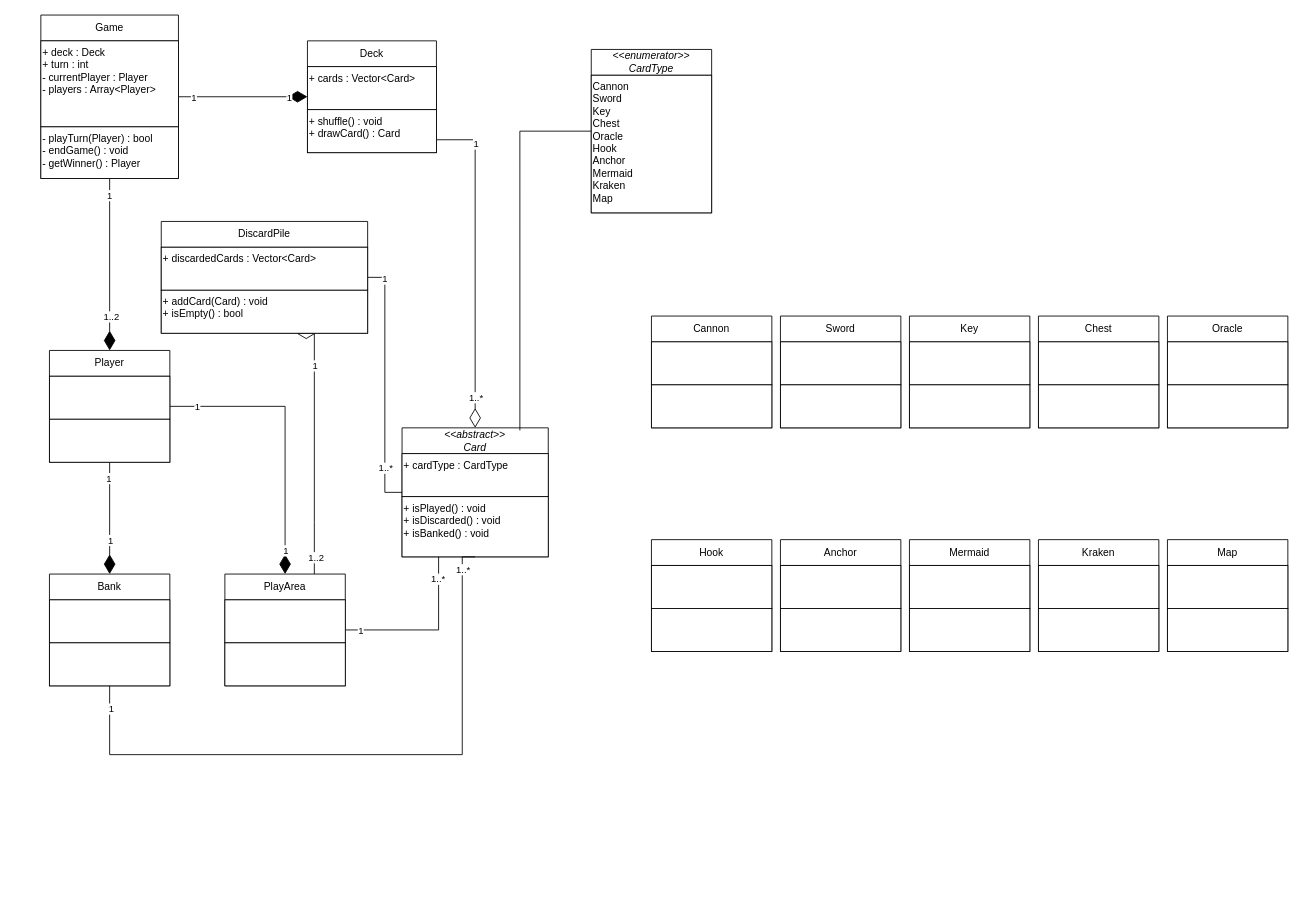
Before: Dead Man's Draw++ UML.drawio in ConnorFSA/Assignment-1-Dead-Man-s-Draw-, a draw.io diagram. Source tidied: cells renumbered, new cells numbered last; positions are measured from the earlier drawing's top-left corner, leaving out a move shared by most shapes. Both pictures are drawn from the tidied source at 86%, with x=0, y=0 at pixel (40, 15).
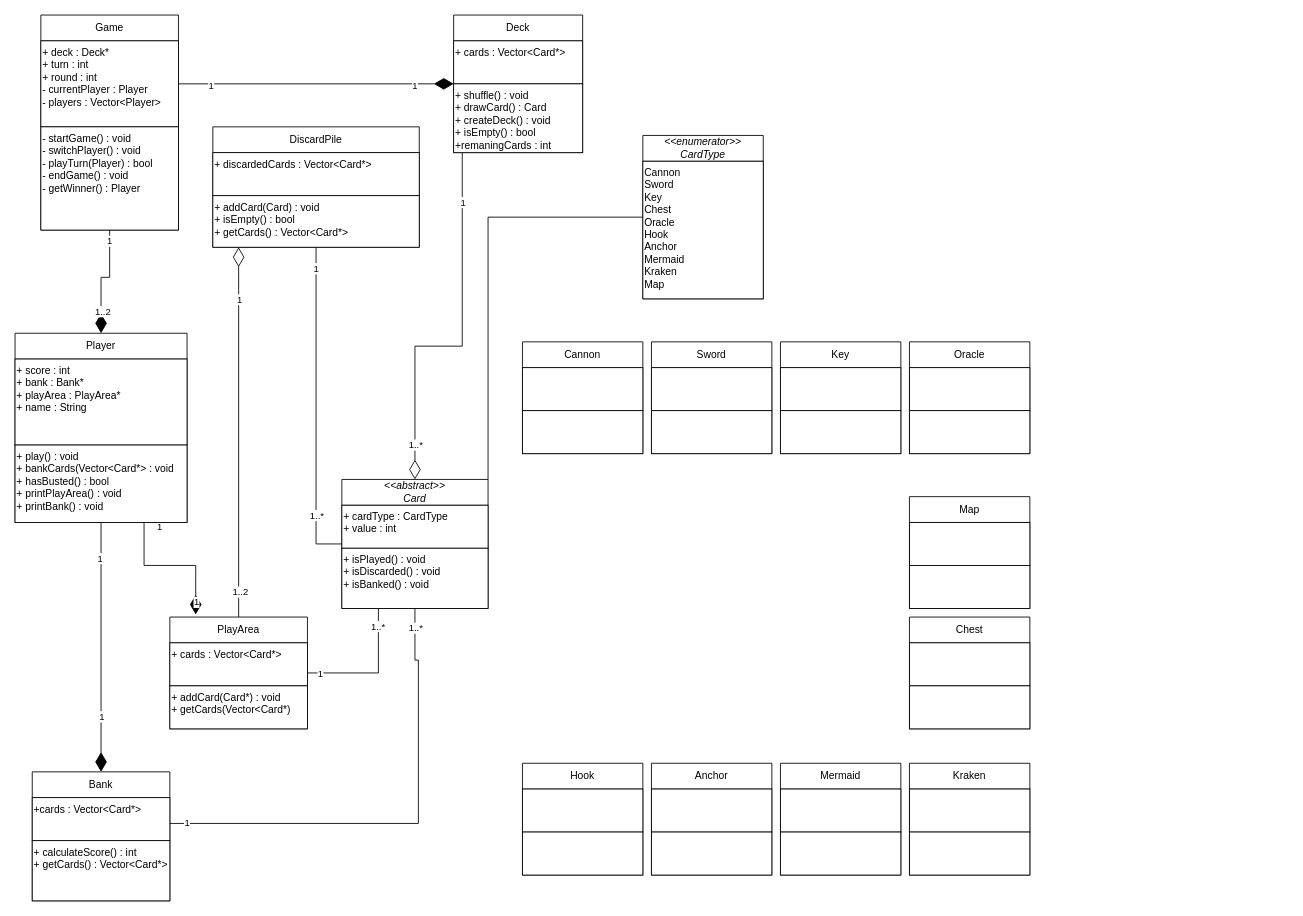
After the change.

The edit, as a diff of the source:
```diff
@@
-    <mxCell id="5" style="edgeStyle=orthogonalEdgeStyle;rounded=0;jettySize=auto;html=1;entryX=0.5;entryY=0;entryDx=0;entryDy=0;endSize=20;endArrow=diamondThin;endFill=1;" parent="1" edge="1" source="8" target="35">
-      <mxGeometry relative="1" as="geometry" />
+    <mxCell id="5" style="edgeStyle=orthogonalEdgeStyle;rounded=0;jettySize=auto;html=1;entryX=0.188;entryY=-0.023;entryDx=0;entryDy=0;endSize=20;endArrow=diamondThin;endFill=1;entryPerimeter=0;" parent="1" edge="1" source="8" target="35">
+      <mxGeometry relative="1" as="geometry">
+        <Array as="points">
+          <mxPoint x="120" y="640" />
+          <mxPoint x="180" y="640" />
+        </Array>
+      </mxGeometry>
     </mxCell>
@@
     <mxCell id="8" value="Player" style="swimlane;fontStyle=0;horizontal=1;startSize=30;whiteSpace=wrap;html=1;" parent="1" vertex="1">
-      <mxGeometry x="10" y="390" width="140" height="130" as="geometry" />
+      <mxGeometry x="-30" y="370" width="200" height="220" as="geometry" />
     </mxCell>
-    <mxCell id="9" style="html=1;whiteSpace=wrap;verticalAlign=top;align=left;" parent="8" vertex="1">
-      <mxGeometry y="30" width="140" height="50" as="geometry" />
+    <mxCell id="9" value="&lt;div&gt;+ score : int&lt;/div&gt;&lt;div&gt;+ bank : Bank*&lt;/div&gt;&lt;div&gt;+ playArea : PlayArea*&lt;/div&gt;&lt;div&gt;+ name : String&lt;/div&gt;" style="html=1;whiteSpace=wrap;verticalAlign=top;align=left;" parent="8" vertex="1">
+      <mxGeometry y="30" width="200" height="100" as="geometry" />
     </mxCell>
-    <mxCell id="10" style="html=1;whiteSpace=wrap;verticalAlign=top;align=left;" parent="8" vertex="1">
-      <mxGeometry y="80" width="140" height="50" as="geometry" />
+    <mxCell id="10" value="&lt;div&gt;+ play() : void&lt;/div&gt;&lt;div&gt;+ bankCards(Vector&amp;lt;Card*&amp;gt; : void&lt;/div&gt;&lt;div&gt;+ hasBusted() : bool&lt;/div&gt;&lt;div&gt;+ printPlayArea() : void&lt;/div&gt;&lt;div&gt;+ printBank() : void&lt;/div&gt;&lt;div&gt;&lt;br&gt;&lt;/div&gt;" style="html=1;whiteSpace=wrap;verticalAlign=top;align=left;" parent="8" vertex="1">
+      <mxGeometry y="130" width="200" height="90" as="geometry" />
     </mxCell>
@@
-    <mxCell id="14" style="edgeStyle=orthogonalEdgeStyle;rounded=0;jettySize=auto;html=1;exitX=1;exitY=0.5;exitDx=0;exitDy=0;entryX=0;entryY=0.5;entryDx=0;entryDy=0;endArrow=diamondThin;endFill=1;endSize=20;" parent="1" edge="1" source="17" target="41">
+    <mxCell id="14" style="edgeStyle=orthogonalEdgeStyle;rounded=0;jettySize=auto;html=1;exitX=1;exitY=0.5;exitDx=0;exitDy=0;entryX=0;entryY=0.5;entryDx=0;entryDy=0;endArrow=diamondThin;endFill=1;endSize=20;" parent="1" edge="1" source="18" target="41">
       <mxGeometry relative="1" as="geometry" />
     </mxCell>
@@
     <mxCell id="17" value="Game" style="swimlane;fontStyle=0;horizontal=1;startSize=30;whiteSpace=wrap;html=1;" parent="1" vertex="1">
-      <mxGeometry width="160" height="190" as="geometry" />
+      <mxGeometry width="160" height="250" as="geometry" />
     </mxCell>
-    <mxCell id="18" value="&lt;div&gt;+ deck : Deck&lt;/div&gt;&lt;div&gt;+ turn : int&lt;/div&gt;&lt;div&gt;- currentPlayer : Player&lt;/div&gt;&lt;div&gt;- players : Array&amp;lt;Player&amp;gt;&lt;/div&gt;" style="html=1;whiteSpace=wrap;align=left;verticalAlign=top;" parent="17" vertex="1">
+    <mxCell id="18" value="&lt;div&gt;+ deck : Deck*&lt;/div&gt;&lt;div&gt;+ turn : int&lt;/div&gt;&lt;div&gt;+ round : int&lt;/div&gt;&lt;div&gt;- currentPlayer : Player&lt;/div&gt;&lt;div&gt;- players : Vector&amp;lt;Player&amp;gt;&lt;/div&gt;" style="html=1;whiteSpace=wrap;align=left;verticalAlign=top;" parent="17" vertex="1">
       <mxGeometry y="30" width="160" height="100" as="geometry" />
     </mxCell>
-    <mxCell id="19" value="&lt;div&gt;- playTurn(Player) : bool&amp;nbsp;&lt;/div&gt;&lt;div&gt;- endGame() : void&lt;/div&gt;&lt;div&gt;- getWinner() : Player&lt;/div&gt;" style="html=1;whiteSpace=wrap;align=left;verticalAlign=top;" parent="17" vertex="1">
-      <mxGeometry y="130" width="160" height="60" as="geometry" />
+    <mxCell id="19" value="&lt;div&gt;- startGame() : void&lt;/div&gt;&lt;div&gt;- switchPlayer() : void&lt;/div&gt;&lt;div&gt;- playTurn(Player) : bool&amp;nbsp;&lt;/div&gt;&lt;div&gt;- endGame() : void&lt;/div&gt;&lt;div&gt;- getWinner() : Player&lt;/div&gt;" style="html=1;whiteSpace=wrap;align=left;verticalAlign=top;" parent="17" vertex="1">
+      <mxGeometry y="130" width="160" height="120" as="geometry" />
     </mxCell>
     <mxCell id="20" value="&lt;i&gt;&amp;lt;&amp;lt;abstract&amp;gt;&amp;gt;&lt;/i&gt;&lt;div&gt;&lt;i&gt;Card&lt;/i&gt;&lt;/div&gt;" style="swimlane;fontStyle=0;horizontal=1;startSize=30;whiteSpace=wrap;html=1;" parent="1" vertex="1">
-      <mxGeometry x="420" y="480" width="170" height="150" as="geometry" />
+      <mxGeometry x="350" y="540" width="170" height="150" as="geometry" />
     </mxCell>
-    <mxCell id="21" value="+ cardType : CardType" style="html=1;whiteSpace=wrap;verticalAlign=top;align=left;" parent="20" vertex="1">
+    <mxCell id="21" value="&lt;div&gt;+ cardType : CardType&lt;/div&gt;&lt;div&gt;+ value : int&lt;/div&gt;" style="html=1;whiteSpace=wrap;verticalAlign=top;align=left;" parent="20" vertex="1">
       <mxGeometry y="30" width="170" height="50" as="geometry" />
     </mxCell>
@@
     <mxCell id="23" style="edgeStyle=orthogonalEdgeStyle;rounded=0;jettySize=auto;html=1;entryX=0.5;entryY=1;entryDx=0;entryDy=0;endArrow=none;startFill=0;" parent="1" edge="1" source="26" target="20">
       <mxGeometry relative="1" as="geometry">
         <Array as="points">
-          <mxPoint x="80" y="860" />
-          <mxPoint x="490" y="860" />
+          <mxPoint x="439" y="940" />
+          <mxPoint x="439" y="750" />
         </Array>
       </mxGeometry>
     </mxCell>
@@
     <mxCell id="26" value="Bank" style="swimlane;fontStyle=0;horizontal=1;startSize=30;whiteSpace=wrap;html=1;" parent="1" vertex="1">
-      <mxGeometry x="10" y="650" width="140" height="130" as="geometry" />
+      <mxGeometry x="-10" y="880" width="160" height="150" as="geometry" />
     </mxCell>
-    <mxCell id="27" style="html=1;whiteSpace=wrap;verticalAlign=top;align=left;" parent="26" vertex="1">
-      <mxGeometry y="30" width="140" height="50" as="geometry" />
+    <mxCell id="27" value="+cards : Vector&amp;lt;Card*&amp;gt;" style="html=1;whiteSpace=wrap;verticalAlign=top;align=left;" parent="26" vertex="1">
+      <mxGeometry y="30" width="160" height="50" as="geometry" />
     </mxCell>
-    <mxCell id="28" style="html=1;whiteSpace=wrap;verticalAlign=top;align=left;" parent="26" vertex="1">
-      <mxGeometry y="80" width="140" height="50" as="geometry" />
+    <mxCell id="28" value="&lt;div&gt;+ calculateScore() : int&lt;/div&gt;&lt;div&gt;+ getCards() : Vector&amp;lt;Card*&amp;gt;&lt;/div&gt;" style="html=1;whiteSpace=wrap;verticalAlign=top;align=left;" parent="26" vertex="1">
+      <mxGeometry y="80" width="160" height="70" as="geometry" />
     </mxCell>
@@
-    <mxCell id="32" style="edgeStyle=orthogonalEdgeStyle;rounded=0;jettySize=auto;html=1;entryX=0.75;entryY=1;entryDx=0;entryDy=0;endSize=20;endArrow=diamondThin;endFill=0;" parent="1" edge="1" source="35" target="77">
+    <mxCell id="32" style="edgeStyle=orthogonalEdgeStyle;rounded=0;jettySize=auto;html=1;endSize=20;endArrow=diamondThin;endFill=0;" parent="1" edge="1" source="35">
       <mxGeometry relative="1" as="geometry">
+        <mxPoint x="230" y="270" as="targetPoint" />
         <Array as="points">
-          <mxPoint x="318" y="590" />
-          <mxPoint x="318" y="590" />
+          <mxPoint x="230" y="320" />
         </Array>
       </mxGeometry>
     </mxCell>
@@
     <mxCell id="35" value="PlayArea" style="swimlane;fontStyle=0;horizontal=1;startSize=30;whiteSpace=wrap;html=1;" parent="1" vertex="1">
-      <mxGeometry x="214" y="650" width="140" height="130" as="geometry" />
+      <mxGeometry x="150" y="700" width="160" height="130" as="geometry" />
     </mxCell>
-    <mxCell id="36" style="html=1;whiteSpace=wrap;verticalAlign=top;align=left;" parent="35" vertex="1">
-      <mxGeometry y="30" width="140" height="50" as="geometry" />
+    <mxCell id="36" value="+ cards : Vector&amp;lt;Card*&amp;gt;" style="html=1;whiteSpace=wrap;verticalAlign=top;align=left;" parent="35" vertex="1">
+      <mxGeometry y="30" width="160" height="50" as="geometry" />
     </mxCell>
-    <mxCell id="37" style="html=1;whiteSpace=wrap;verticalAlign=top;align=left;" parent="35" vertex="1">
-      <mxGeometry y="80" width="140" height="50" as="geometry" />
+    <mxCell id="37" value="&lt;div&gt;+ addCard(Card*) : void&lt;/div&gt;&lt;div&gt;+ getCards(Vector&amp;lt;Card*)&lt;/div&gt;" style="html=1;whiteSpace=wrap;verticalAlign=top;align=left;" parent="35" vertex="1">
+      <mxGeometry y="80" width="160" height="50" as="geometry" />
     </mxCell>
-    <mxCell id="38" style="edgeStyle=orthogonalEdgeStyle;rounded=0;jettySize=auto;html=1;entryX=0.5;entryY=0;entryDx=0;entryDy=0;endArrow=diamondThin;endFill=0;endSize=20;" parent="1" edge="1" source="41" target="20">
+    <mxCell id="38" style="edgeStyle=orthogonalEdgeStyle;rounded=0;jettySize=auto;html=1;entryX=0.5;entryY=0;entryDx=0;entryDy=0;endArrow=diamondThin;endFill=0;endSize=20;" parent="1" edge="1" source="43" target="20">
       <mxGeometry relative="1" as="geometry">
         <Array as="points">
-          <mxPoint x="505" y="145" />
+          <mxPoint x="490" y="385" />
+          <mxPoint x="435" y="385" />
         </Array>
       </mxGeometry>
     </mxCell>
@@
     <mxCell id="41" value="Deck" style="swimlane;fontStyle=0;horizontal=1;startSize=30;whiteSpace=wrap;html=1;" parent="1" vertex="1">
-      <mxGeometry x="310" y="30" width="150" height="130" as="geometry" />
+      <mxGeometry x="480" width="150" height="160" as="geometry" />
     </mxCell>
-    <mxCell id="42" value="+ cards : Vector&amp;lt;Card&amp;gt;" style="html=1;whiteSpace=wrap;align=left;verticalAlign=top;" parent="41" vertex="1">
+    <mxCell id="42" value="+ cards : Vector&amp;lt;Card*&amp;gt;" style="html=1;whiteSpace=wrap;align=left;verticalAlign=top;" parent="41" vertex="1">
       <mxGeometry y="30" width="150" height="50" as="geometry" />
     </mxCell>
-    <mxCell id="43" value="&lt;div&gt;+ shuffle() : void&lt;/div&gt;&lt;div&gt;+ drawCard() : Card&lt;/div&gt;" style="html=1;whiteSpace=wrap;verticalAlign=top;align=left;" parent="41" vertex="1">
-      <mxGeometry y="80" width="150" height="50" as="geometry" />
+    <mxCell id="43" value="&lt;div&gt;+ shuffle() : void&lt;/div&gt;&lt;div&gt;+ drawCard() : Card&lt;/div&gt;&lt;div&gt;+ createDeck() : void&lt;/div&gt;&lt;div&gt;+ isEmpty() : bool&lt;/div&gt;&lt;div&gt;+remaningCards : int&lt;/div&gt;&lt;div&gt;&lt;br&gt;&lt;/div&gt;" style="html=1;whiteSpace=wrap;verticalAlign=top;align=left;" parent="41" vertex="1">
+      <mxGeometry y="80" width="150" height="80" as="geometry" />
     </mxCell>
     <mxCell id="44" value="Cannon" style="swimlane;fontStyle=0;horizontal=1;startSize=30;whiteSpace=wrap;html=1;" parent="1" vertex="1">
-      <mxGeometry x="710" y="350" width="140" height="130" as="geometry" />
+      <mxGeometry x="560" y="380" width="140" height="130" as="geometry" />
     </mxCell>
@@
     <mxCell id="47" value="Sword" style="swimlane;fontStyle=0;horizontal=1;startSize=30;whiteSpace=wrap;html=1;" parent="1" vertex="1">
-      <mxGeometry x="860" y="350" width="140" height="130" as="geometry" />
+      <mxGeometry x="710" y="380" width="140" height="130" as="geometry" />
     </mxCell>
@@
     <mxCell id="50" value="Key" style="swimlane;fontStyle=0;horizontal=1;startSize=30;whiteSpace=wrap;html=1;" parent="1" vertex="1">
-      <mxGeometry x="1010" y="350" width="140" height="130" as="geometry" />
+      <mxGeometry x="860" y="380" width="140" height="130" as="geometry" />
     </mxCell>
@@
     <mxCell id="53" value="Chest" style="swimlane;fontStyle=0;horizontal=1;startSize=30;whiteSpace=wrap;html=1;" parent="1" vertex="1">
-      <mxGeometry x="1160" y="350" width="140" height="130" as="geometry" />
+      <mxGeometry x="1010" y="700" width="140" height="130" as="geometry" />
     </mxCell>
@@
     <mxCell id="56" value="Hook" style="swimlane;fontStyle=0;horizontal=1;startSize=30;whiteSpace=wrap;html=1;" parent="1" vertex="1">
-      <mxGeometry x="710" y="610" width="140" height="130" as="geometry" />
+      <mxGeometry x="560" y="870" width="140" height="130" as="geometry" />
     </mxCell>
@@
     <mxCell id="59" value="Oracle" style="swimlane;fontStyle=0;horizontal=1;startSize=30;whiteSpace=wrap;html=1;" parent="1" vertex="1">
-      <mxGeometry x="1310" y="350" width="140" height="130" as="geometry" />
+      <mxGeometry x="1010" y="380" width="140" height="130" as="geometry" />
     </mxCell>
@@
     <mxCell id="62" value="Map" style="swimlane;fontStyle=0;horizontal=1;startSize=30;whiteSpace=wrap;html=1;" parent="1" vertex="1">
-      <mxGeometry x="1310" y="610" width="140" height="130" as="geometry" />
+      <mxGeometry x="1010" y="560" width="140" height="130" as="geometry" />
     </mxCell>
@@
     <mxCell id="65" value="Mermaid" style="swimlane;fontStyle=0;horizontal=1;startSize=30;whiteSpace=wrap;html=1;" parent="1" vertex="1">
-      <mxGeometry x="1010" y="610" width="140" height="130" as="geometry" />
+      <mxGeometry x="860" y="870" width="140" height="130" as="geometry" />
     </mxCell>
@@
     <mxCell id="68" value="Kraken" style="swimlane;fontStyle=0;horizontal=1;startSize=30;whiteSpace=wrap;html=1;" parent="1" vertex="1">
-      <mxGeometry x="1160" y="610" width="140" height="130" as="geometry" />
+      <mxGeometry x="1010" y="870" width="140" height="130" as="geometry" />
     </mxCell>
@@
     <mxCell id="71" value="Anchor" style="swimlane;fontStyle=0;horizontal=1;startSize=30;whiteSpace=wrap;html=1;" parent="1" vertex="1">
-      <mxGeometry x="860" y="610" width="140" height="130" as="geometry" />
+      <mxGeometry x="710" y="870" width="140" height="130" as="geometry" />
     </mxCell>
@@
     <mxCell id="77" value="DiscardPile" style="swimlane;fontStyle=0;horizontal=1;startSize=30;whiteSpace=wrap;html=1;" parent="1" vertex="1">
-      <mxGeometry x="140" y="240" width="240" height="130" as="geometry" />
+      <mxGeometry x="200" y="130" width="240" height="140" as="geometry" />
     </mxCell>
-    <mxCell id="78" value="+ discardedCards : Vector&amp;lt;Card&amp;gt;" style="html=1;whiteSpace=wrap;verticalAlign=top;align=left;" parent="77" vertex="1">
+    <mxCell id="78" value="+ discardedCards : Vector&amp;lt;Card*&amp;gt;" style="html=1;whiteSpace=wrap;verticalAlign=top;align=left;" parent="77" vertex="1">
       <mxGeometry y="30" width="240" height="50" as="geometry" />
     </mxCell>
-    <mxCell id="79" value="&lt;div&gt;+ addCard(Card) : void&lt;/div&gt;&lt;div&gt;+ isEmpty() : bool&lt;/div&gt;" style="html=1;whiteSpace=wrap;verticalAlign=top;align=left;" parent="77" vertex="1">
-      <mxGeometry y="80" width="240" height="50" as="geometry" />
+    <mxCell id="79" value="&lt;div&gt;+ addCard(Card) : void&lt;/div&gt;&lt;div&gt;+ isEmpty() : bool&lt;/div&gt;&lt;div&gt;+ getCards() : Vector&amp;lt;Card*&amp;gt;&lt;/div&gt;" style="html=1;whiteSpace=wrap;verticalAlign=top;align=left;" parent="77" vertex="1">
+      <mxGeometry y="80" width="240" height="60" as="geometry" />
     </mxCell>
     <mxCell id="80" value="&lt;div&gt;&lt;i&gt;&amp;lt;&amp;lt;enumerator&amp;gt;&amp;gt;&lt;/i&gt;&lt;/div&gt;&lt;div&gt;&lt;i&gt;CardType&lt;/i&gt;&lt;/div&gt;" style="swimlane;fontStyle=0;horizontal=1;startSize=30;whiteSpace=wrap;html=1;" parent="1" vertex="1">
-      <mxGeometry x="640" y="40" width="140" height="190" as="geometry" />
+      <mxGeometry x="700" y="140" width="140" height="190" as="geometry" />
     </mxCell>
@@
-    <mxCell id="82" style="edgeStyle=orthogonalEdgeStyle;rounded=0;jettySize=auto;html=1;endArrow=none;startFill=0;entryX=0.806;entryY=0.02;entryDx=0;entryDy=0;entryPerimeter=0;" parent="1" edge="1" source="80" target="20">
-      <mxGeometry relative="1" as="geometry" />
+    <mxCell id="82" style="edgeStyle=orthogonalEdgeStyle;rounded=0;jettySize=auto;html=1;endArrow=none;startFill=0;entryX=1;entryY=0;entryDx=0;entryDy=0;" parent="1" edge="1" source="80" target="20">
+      <mxGeometry relative="1" as="geometry">
+        <Array as="points">
+          <mxPoint x="520" y="235" />
+        </Array>
+      </mxGeometry>
     </mxCell>
```
